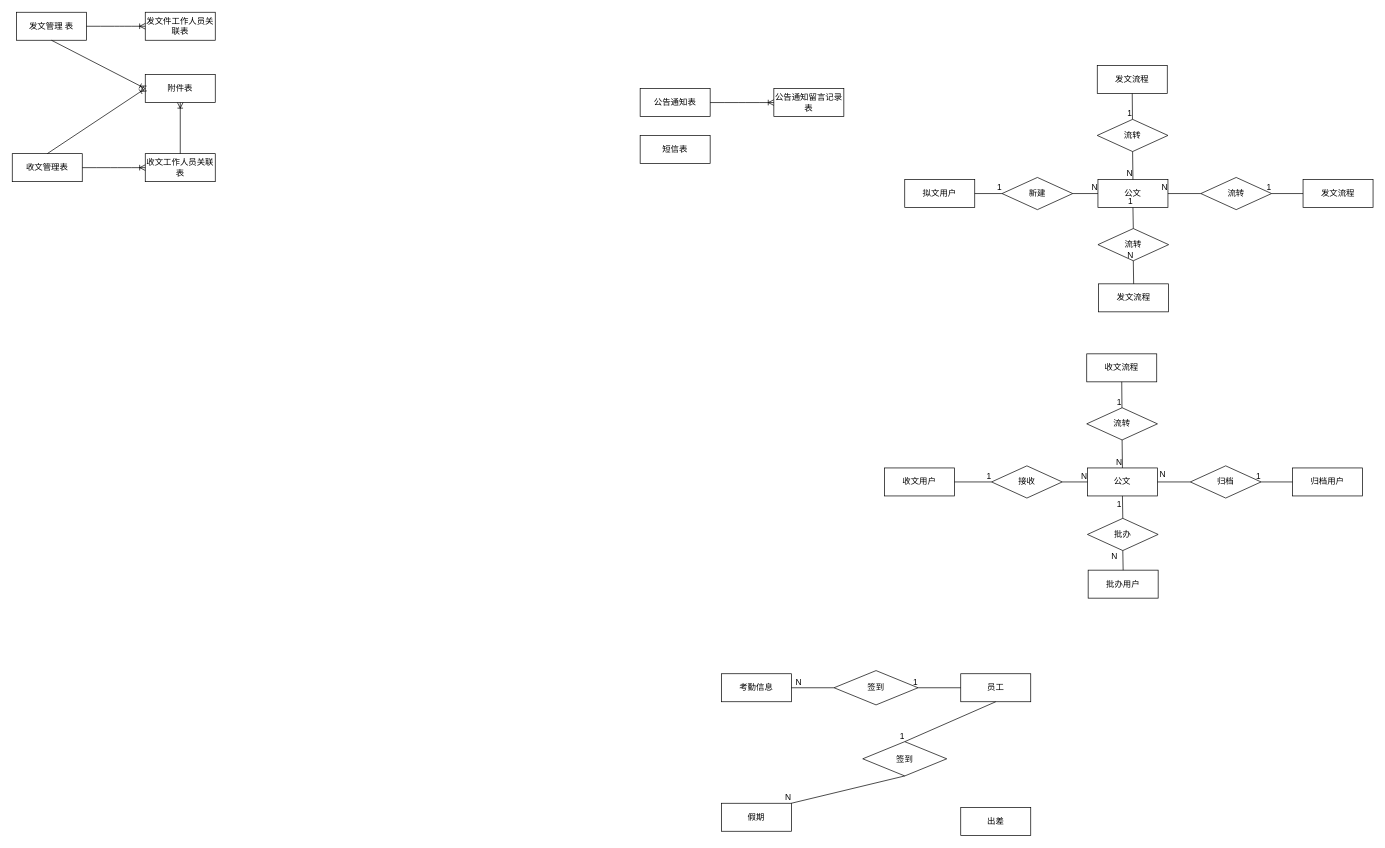
This is file/dzzwer.drawio from DORcode/admin-demo, a draw.io file, before an edit. Source tidied: cells renumbered, new cells numbered last; positions are measured from the earlier drawing's top-left corner, leaving out a move shared by most shapes. Both pictures are drawn from the tidied source at 70%, with x=0, y=0 at pixel (12, 12).
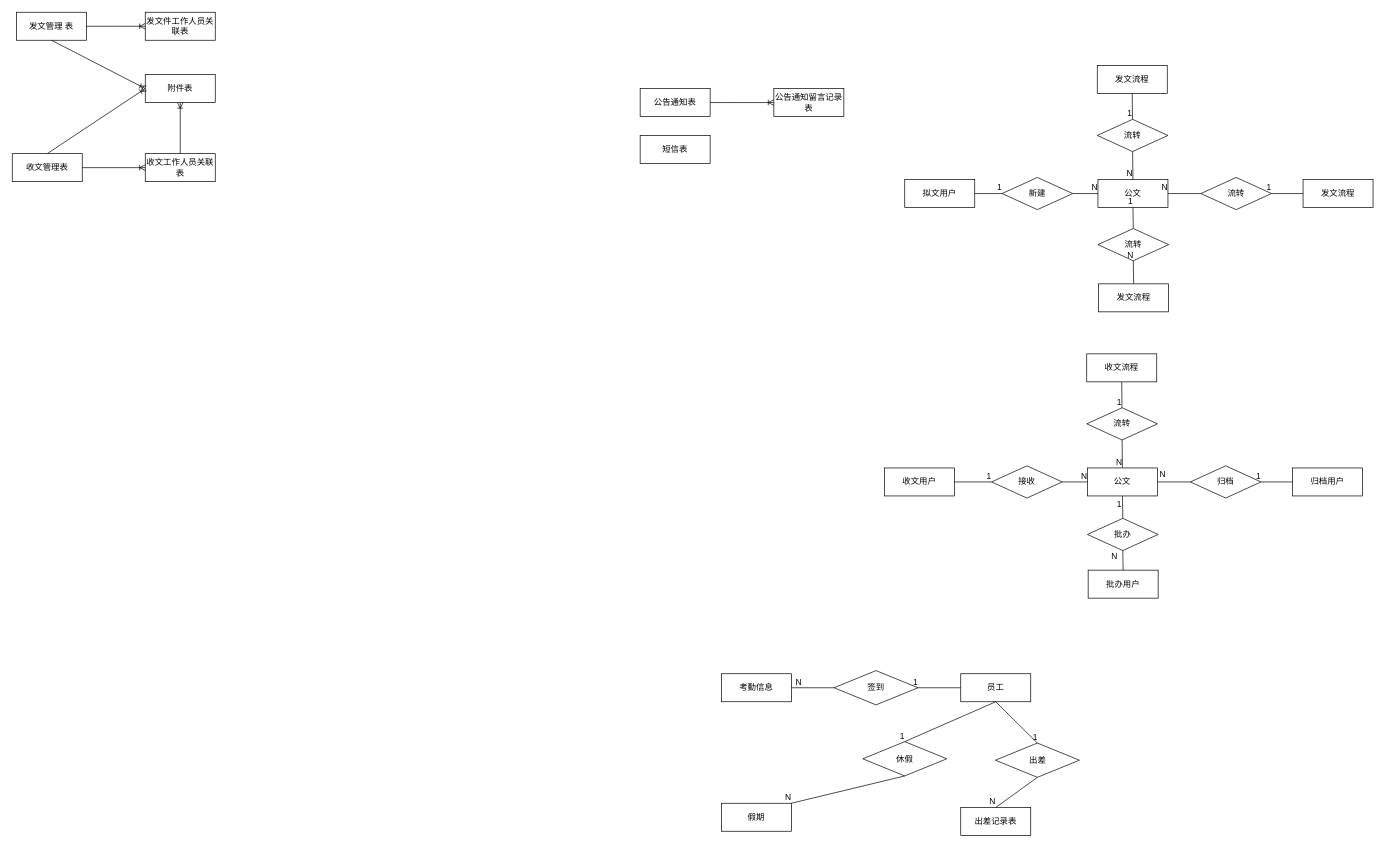
Above is the later version.

Unchanged cells that the change refers to:
```xml
<mxCell id="68" value="员工" style="whiteSpace=wrap;html=1;align=center;fontFamily=仿宋;" parent="1" vertex="1">
  <mxGeometry x="1355" y="945" width="100" height="40" as="geometry" />
</mxCell>
```

Change to the diagram source:
```diff
@@
-    <mxCell id="74" value="签到" style="shape=rhombus;perimeter=rhombusPerimeter;whiteSpace=wrap;html=1;align=center;fontFamily=仿宋;" parent="1" vertex="1">
+    <mxCell id="74" value="休假" style="shape=rhombus;perimeter=rhombusPerimeter;whiteSpace=wrap;html=1;align=center;fontFamily=仿宋;" parent="1" vertex="1">
       <mxGeometry x="1215" y="1042" width="120" height="49" as="geometry" />
     </mxCell>
@@
-    <mxCell id="79" value="出差" style="whiteSpace=wrap;html=1;align=center;fontFamily=仿宋;" parent="1" vertex="1">
+    <mxCell id="79" value="出差记录表" style="whiteSpace=wrap;html=1;align=center;fontFamily=仿宋;" parent="1" vertex="1">
       <mxGeometry x="1355" y="1136" width="100" height="40" as="geometry" />
     </mxCell>
+    <mxCell id="80" value="出差" style="shape=rhombus;perimeter=rhombusPerimeter;whiteSpace=wrap;html=1;align=center;fontFamily=仿宋;" parent="1" vertex="1">
+      <mxGeometry x="1404.5" y="1044" width="120" height="49" as="geometry" />
+    </mxCell>
+    <mxCell id="81" style="endArrow=none;html=1;rounded=0;fontFamily=仿宋;exitX=0.5;exitY=1;exitDx=0;exitDy=0;entryX=0.5;entryY=0;entryDx=0;entryDy=0;" parent="1" edge="1" source="68" target="80">
+      <mxGeometry relative="1" as="geometry" />
+    </mxCell>
+    <mxCell id="82" value="1" style="html=1;align=right;verticalAlign=bottom;" parent="81" vertex="1">
+      <mxGeometry x="1" relative="1" as="geometry" />
+    </mxCell>
+    <mxCell id="83" style="endArrow=none;html=1;rounded=0;fontFamily=仿宋;exitX=0.5;exitY=1;exitDx=0;exitDy=0;entryX=0.5;entryY=0;entryDx=0;entryDy=0;" parent="1" edge="1" source="80" target="79">
+      <mxGeometry relative="1" as="geometry" />
+    </mxCell>
+    <mxCell id="84" value="N" style="html=1;align=right;verticalAlign=bottom;" parent="83" vertex="1">
+      <mxGeometry x="1" relative="1" as="geometry" />
+    </mxCell>
```
